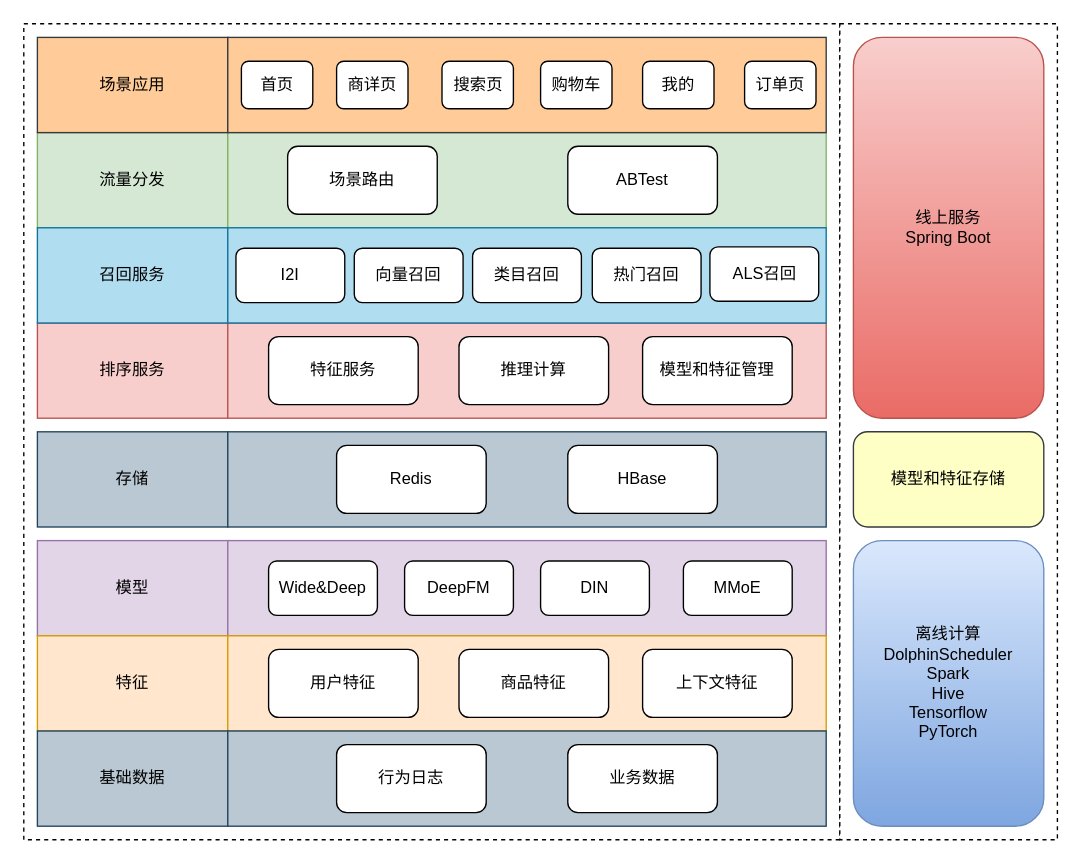
Wanke15/wanke15.github.io keeps this draw.io diagram as engineering/架构设计/三幅推荐系统架构设计.drawio. Above is the earlier version. Source tidied: cells renumbered, new cells numbered last; positions are measured from the earlier drawing's top-left corner, leaving out a move shared by most shapes. Both pictures are drawn from the tidied source at 136%, with x=0, y=0 at pixel (23, 23).
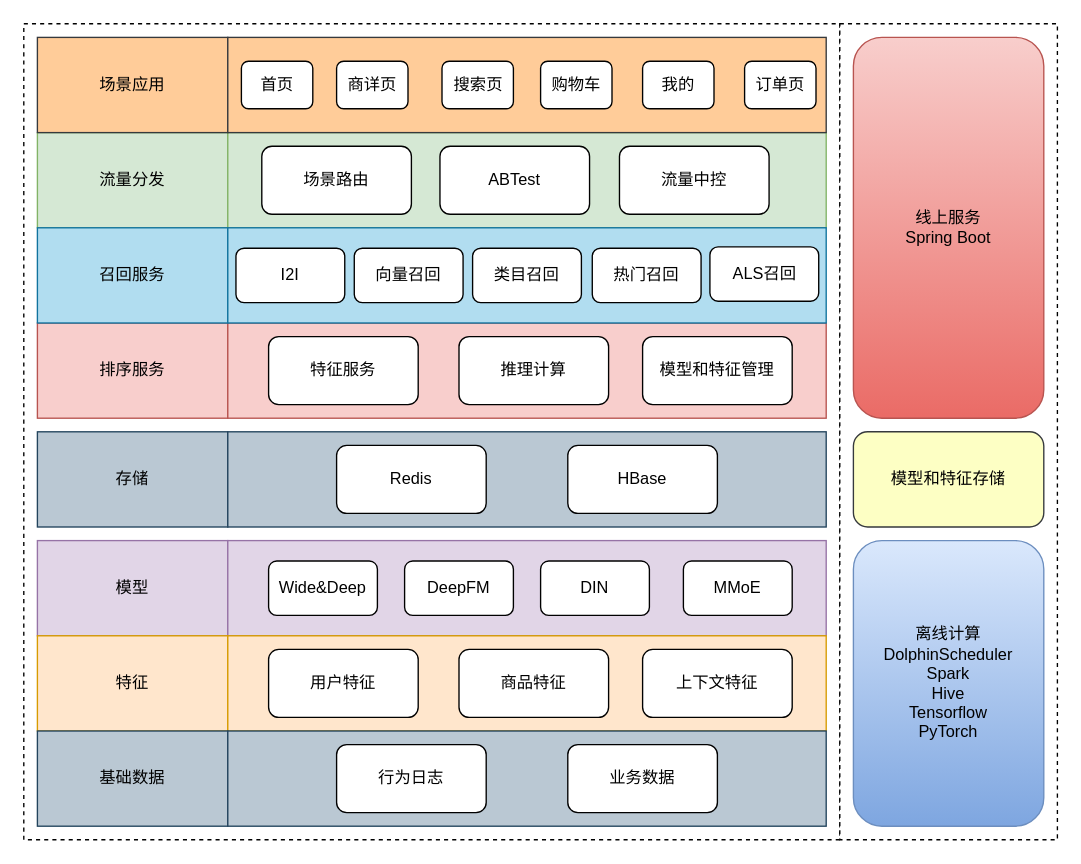
Above is the later version.

Commit message:
更新三幅推荐系统架构设计.drawio

What changed in the source:
```diff
@@
     <mxCell id="5" value="ABTest" style="rounded=1;whiteSpace=wrap;html=1;" parent="1" vertex="1">
-      <mxGeometry x="400" y="90" width="110" height="50" as="geometry" />
+      <mxGeometry x="306" y="90" width="110" height="50" as="geometry" />
     </mxCell>
@@
     <mxCell id="48" value="场景路由" style="rounded=1;whiteSpace=wrap;html=1;" parent="1" vertex="1">
-      <mxGeometry x="194" y="90" width="110" height="50" as="geometry" />
+      <mxGeometry x="175" y="90" width="110" height="50" as="geometry" />
     </mxCell>
@@
+    <mxCell id="50" value="流量中控" style="rounded=1;whiteSpace=wrap;html=1;" parent="1" vertex="1">
+      <mxGeometry x="438" y="90" width="110" height="50" as="geometry" />
+    </mxCell>
```
